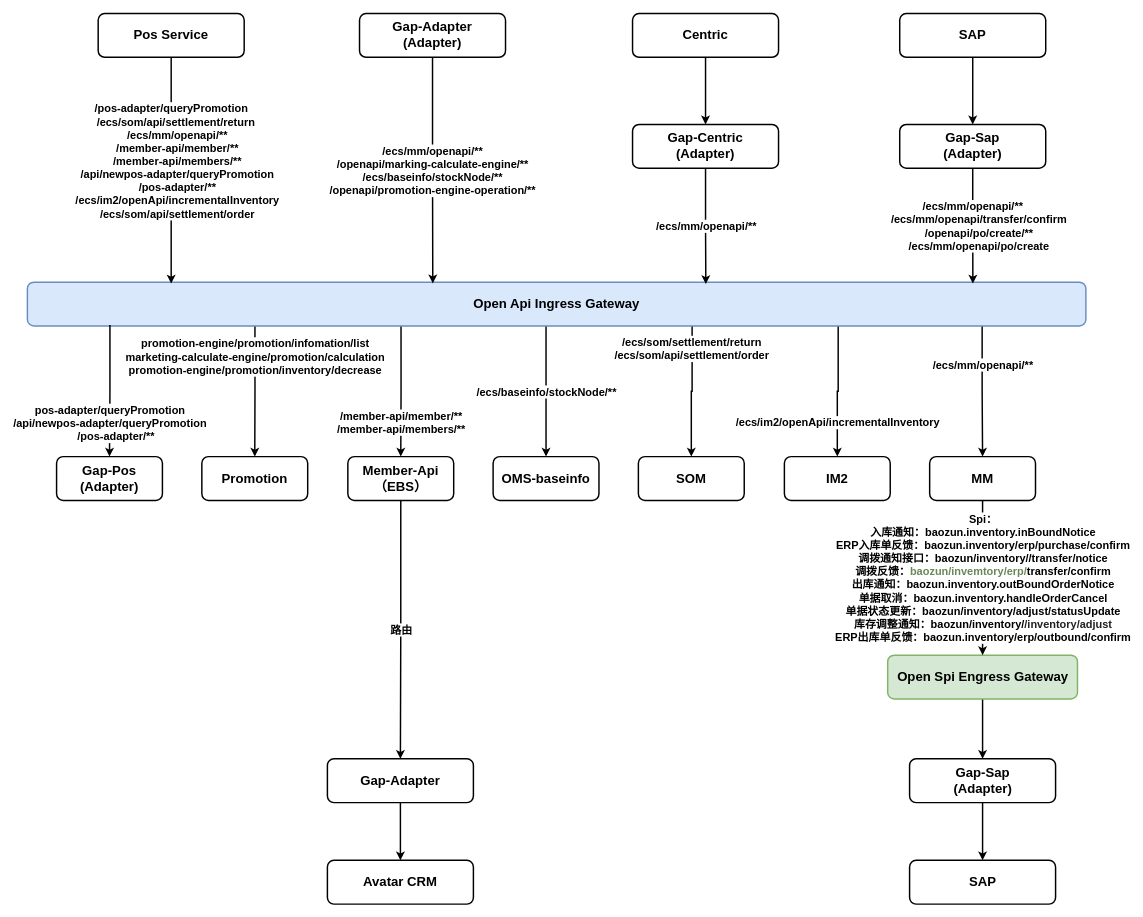
This is page "gap" (1 of 2) of open-api&open-spi.drawio from jackie-thank/beego-authz, a draw.io file, before an edit. Source tidied: cells renumbered, new cells numbered last; positions are measured from the earlier drawing's top-left corner, leaving out a move shared by most shapes. Both pictures are drawn from the tidied source at 73%, with x=0, y=0 at pixel (27, 13).
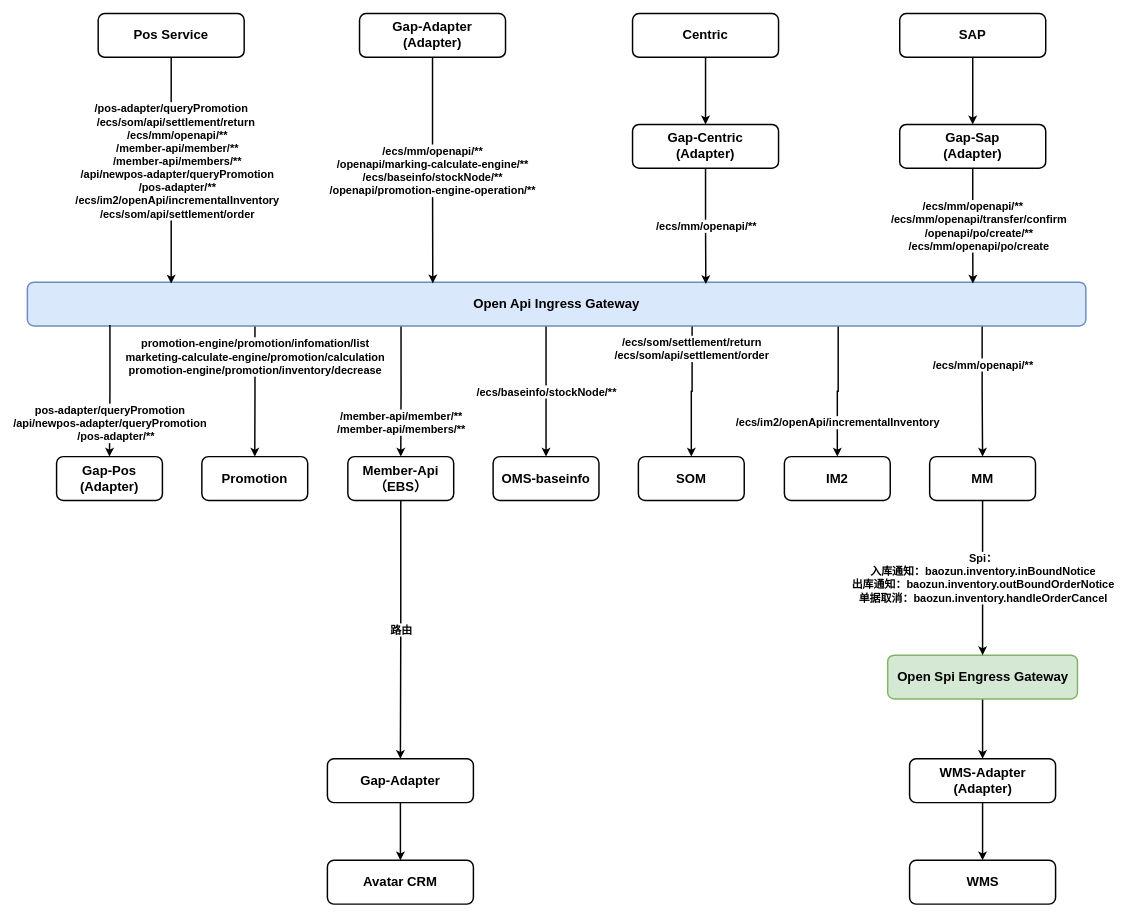
The same diagram, later.

The change refers to these unchanged cells:
```xml
<mxCell id="10" value="Open Spi Engress Gateway" style="rounded=1;whiteSpace=wrap;html=1;strokeWidth=2;fontSize=18;fontStyle=1;align=center;fillColor=#d5e8d4;strokeColor=#82b366;" parent="1" vertex="1">
  <mxGeometry x="1178.5" y="879" width="260" height="60" as="geometry" />
</mxCell>
<mxCell id="12" value="MM" style="rounded=1;whiteSpace=wrap;html=1;strokeWidth=2;fontSize=18;fontStyle=1;align=center;flipH=0;" parent="1" vertex="1">
  <mxGeometry x="1236" y="607" width="145" height="60" as="geometry" />
</mxCell>
```

The edit, as a diff of the source:
```diff
@@
-    <mxCell id="11" value="&lt;div style=&quot;font-size: 15px;&quot;&gt;Spi：&lt;/div&gt;&lt;div style=&quot;font-size: 15px;&quot;&gt;入库通知：baozun.inventory.inBoundNotice&lt;/div&gt;&lt;div style=&quot;font-size: 15px;&quot;&gt;ERP入库单反馈：&lt;span style=&quot;color: rgb(0,0,0);&quot;&gt;baozun.inventory/erp/purchase/confirm&lt;/span&gt;&lt;/div&gt;&lt;div style=&quot;font-size: 15px;&quot;&gt;调拨通知接口：baozun/inventory/&lt;a style=&quot;text-decoration: none;text-align: left;&quot; rel=&quot;nofollow&quot;&gt;/transfer&lt;/a&gt;/notice&lt;/div&gt;&lt;div style=&quot;font-size: 15px;&quot;&gt;调拨反馈：&lt;span style=&quot;color: rgb(106,135,89);&quot;&gt;baozun/invemtory/erp/&lt;/span&gt;&lt;a rel=&quot;nofollow&quot; style=&quot;text-decoration: none;text-align: left;&quot;&gt;transfer/confirm&lt;/a&gt;&lt;/div&gt;&lt;div style=&quot;font-size: 15px;&quot;&gt;出库通知：baozun.inventory.outBoundOrderNotice&lt;/div&gt;&lt;div style=&quot;font-size: 15px;&quot;&gt;单据取消：baozun.inventory.handleOrderCancel&lt;/div&gt;&lt;div style=&quot;font-size: 15px;&quot;&gt;单据状态更新：baozun/inventory/adjust/statusUpdate&lt;/div&gt;&lt;div style=&quot;font-size: 15px;&quot;&gt;库存调整通知：baozun/inventory/&lt;span style=&quot;color: rgb(33,33,33);&quot;&gt;/inventory/adjust&lt;/span&gt;&lt;/div&gt;&lt;div style=&quot;font-size: 15px;&quot;&gt;ERP出库单反馈&lt;span style=&quot;color: rgb(0,0,0);&quot;&gt;&lt;a rel=&quot;nofollow&quot; style=&quot;text-decoration: none;text-align: left;&quot;&gt;：&lt;/a&gt;&lt;/span&gt;&lt;a rel=&quot;nofollow&quot; style=&quot;text-decoration: none;text-align: left;&quot;&gt;baozun.inventory&lt;/a&gt;&lt;span style=&quot;color: rgb(0,0,0);&quot;&gt;&lt;a rel=&quot;nofollow&quot; style=&quot;text-decoration: none;text-align: left;&quot;&gt;/&lt;/a&gt;erp/outbound/confirm&lt;/span&gt;&lt;/div&gt;" style="edgeStyle=orthogonalEdgeStyle;rounded=0;jettySize=auto;html=1;exitX=0.5;exitY=1;exitDx=0;exitDy=0;fontSize=15;fontStyle=1;strokeWidth=2;" parent="1" edge="1" source="12" target="10">
+    <mxCell id="11" value="&lt;div style=&quot;font-size: 15px;&quot;&gt;Spi：&lt;/div&gt;&lt;div style=&quot;font-size: 15px;&quot;&gt;入库通知：baozun.inventory.inBoundNotice&lt;/div&gt;&lt;div style=&quot;font-size: 15px;&quot;&gt;出库通知：baozun.inventory.outBoundOrderNotice&lt;/div&gt;&lt;div style=&quot;font-size: 15px;&quot;&gt;单据取消：baozun.inventory.handleOrderCancel&lt;/div&gt;" style="edgeStyle=orthogonalEdgeStyle;rounded=0;jettySize=auto;html=1;exitX=0.5;exitY=1;exitDx=0;exitDy=0;fontSize=15;fontStyle=1;strokeWidth=2;" parent="1" edge="1" source="12" target="10">
       <mxGeometry relative="1" as="geometry" />
     </mxCell>
@@
-    <mxCell id="26" value="SAP" style="rounded=1;whiteSpace=wrap;html=1;strokeWidth=2;fontSize=18;fontStyle=1;align=center;" parent="1" vertex="1">
+    <mxCell id="26" value="WMS" style="rounded=1;whiteSpace=wrap;html=1;strokeWidth=2;fontSize=18;fontStyle=1;align=center;" parent="1" vertex="1">
       <mxGeometry x="1208.5" y="1160" width="200" height="60" as="geometry" />
     </mxCell>
@@
-    <mxCell id="28" value="&lt;div&gt;Gap-Sap&lt;/div&gt;&lt;div&gt;(Adapter)&lt;/div&gt;" style="rounded=1;whiteSpace=wrap;html=1;strokeWidth=2;fontSize=18;fontStyle=1;align=center;" parent="1" vertex="1">
+    <mxCell id="28" value="&lt;div&gt;WMS-Adapter&lt;br&gt;&lt;/div&gt;&lt;div&gt;(Adapter)&lt;/div&gt;" style="rounded=1;whiteSpace=wrap;html=1;strokeWidth=2;fontSize=18;fontStyle=1;align=center;" parent="1" vertex="1">
       <mxGeometry x="1208.5" y="1021" width="200" height="60" as="geometry" />
     </mxCell>
```
